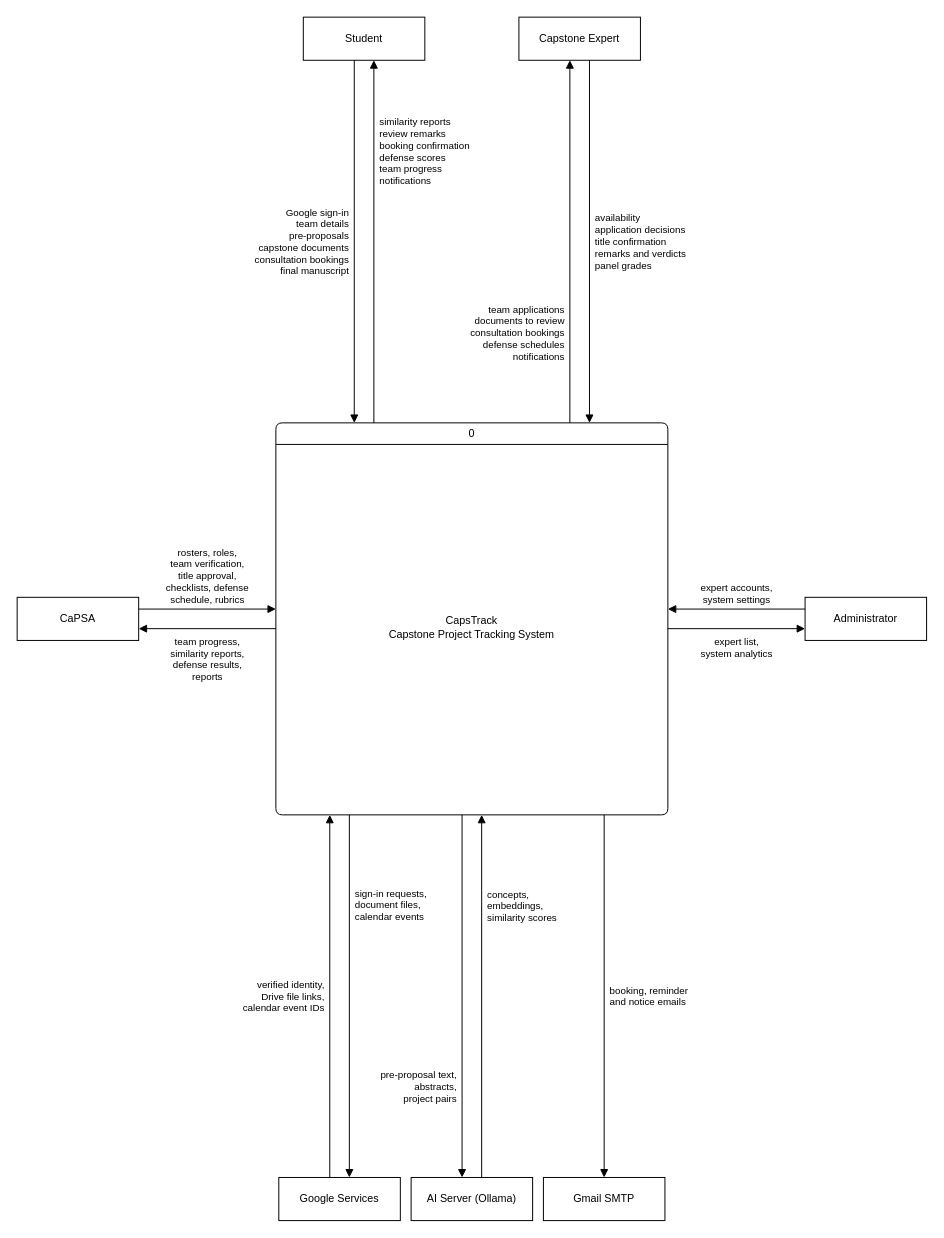
Earlier version of the draw.io diagram page "Context Diagram" (1 of 15) of docs/diagrams/capstrack-diagrams-all.drawio (M21thony/capstrack). Source tidied: cells renumbered, new cells numbered last; positions are measured from the earlier drawing's top-left corner, leaving out a move shared by most shapes. Both pictures are drawn from the tidied source at 98%, with x=0, y=0 at pixel (17, 17).
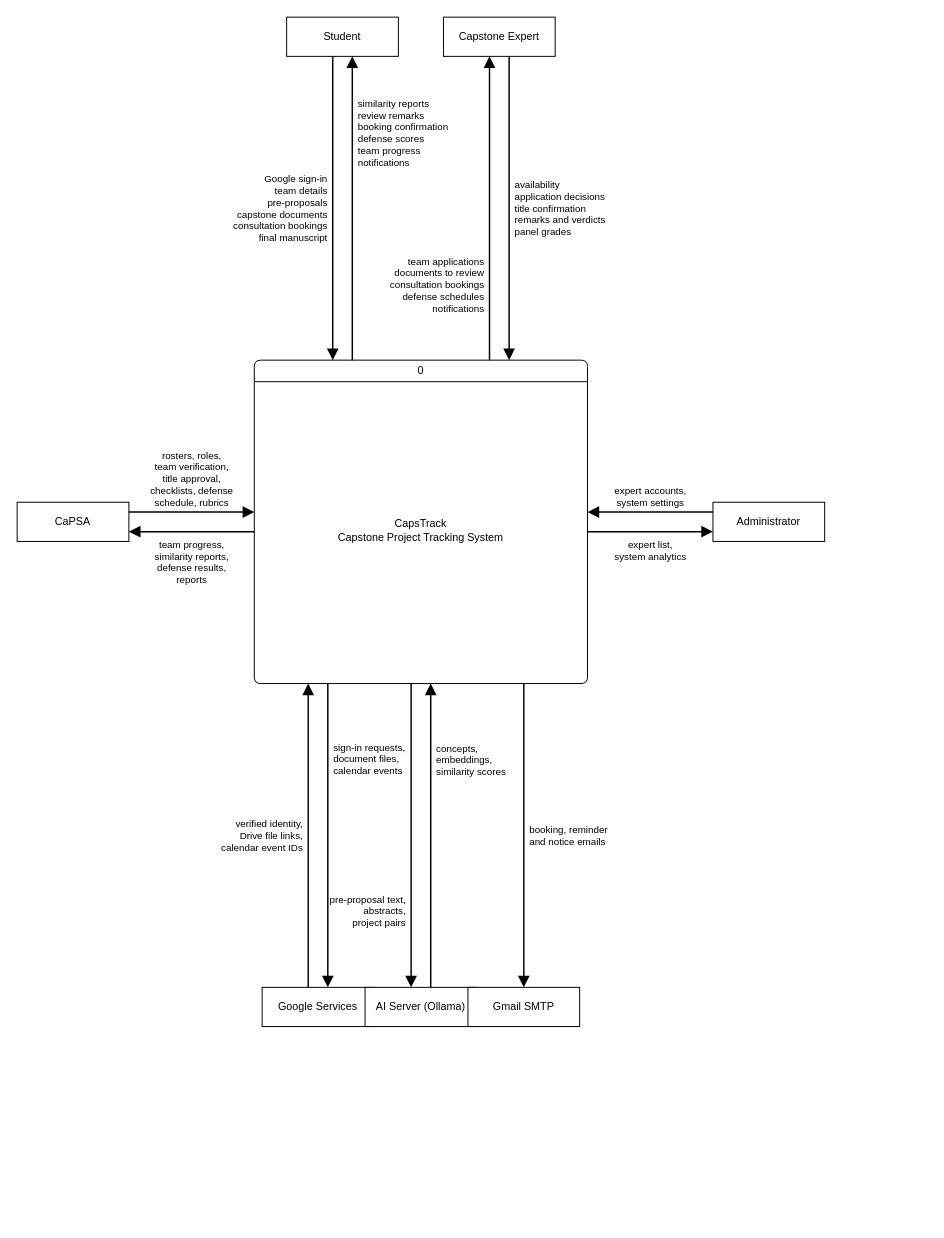
The same page after the edit.

The edit, as a diff of the source:
```diff
@@
     <mxCell id="2" value="0" style="swimlane;shape=swimlane;rounded=1;arcSize=10;startSize=22;html=1;whiteSpace=wrap;fillColor=#ffffff;swimlaneFillColor=#ffffff;fontStyle=0;fontSize=11;strokeColor=#000000;fontFamily=Helvetica;fontColor=#000000;" parent="1" vertex="1">
-      <mxGeometry x="264" y="414" width="400" height="400" as="geometry" />
+      <mxGeometry x="242" y="350" width="340" height="330" as="geometry" />
     </mxCell>
     <mxCell id="3" value="CapsTrack&lt;br&gt;Capstone Project Tracking System" style="text;html=1;strokeColor=none;fillColor=none;align=center;verticalAlign=middle;whiteSpace=wrap;fontSize=11;fontFamily=Helvetica;fontColor=#000000;" parent="2" vertex="1">
-      <mxGeometry x="6" y="22" width="388" height="374" as="geometry" />
+      <mxGeometry x="6" y="22" width="328" height="304" as="geometry" />
     </mxCell>
     <mxCell id="4" value="Student" style="rounded=0;whiteSpace=wrap;html=1;fillColor=#ffffff;fontSize=11;strokeColor=#000000;fontFamily=Helvetica;fontColor=#000000;" parent="1" vertex="1">
-      <mxGeometry x="292" width="124" height="44" as="geometry" />
+      <mxGeometry x="275" width="114" height="40" as="geometry" />
     </mxCell>
-    <mxCell id="5" value="Google sign-in&lt;br&gt;team details&lt;br&gt;pre-proposals&lt;br&gt;capstone documents&lt;br&gt;consultation bookings&lt;br&gt;final manuscript" style="edgeStyle=orthogonalEdgeStyle;rounded=0;html=1;endArrow=block;endFill=1;endSize=6;startArrow=none;strokeColor=#000000;fontFamily=Helvetica;fontColor=#000000;fontSize=10;labelBackgroundColor=#ffffff;align=right;exitX=0.419355;exitY=1;exitDx=0;exitDy=0;entryX=0.2;entryY=0;entryDx=0;entryDy=0;" parent="1" edge="1" source="4" target="2">
+    <mxCell id="5" value="Google sign-in&lt;br&gt;team details&lt;br&gt;pre-proposals&lt;br&gt;capstone documents&lt;br&gt;consultation bookings&lt;br&gt;final manuscript" style="edgeStyle=orthogonalEdgeStyle;rounded=0;html=1;endArrow=block;endFill=1;endSize=8;strokeWidth=1.5;startArrow=none;strokeColor=#000000;fontFamily=Helvetica;fontColor=#000000;fontSize=10;labelBackgroundColor=#ffffff;align=right;exitX=0.412281;exitY=1;exitDx=0;exitDy=0;entryX=0.235294;entryY=0;entryDx=0;entryDy=0;" parent="1" edge="1" source="4" target="2">
       <mxGeometry relative="1" as="geometry">
         <mxPoint x="-4" as="offset" />
       </mxGeometry>
     </mxCell>
-    <mxCell id="6" value="similarity reports&lt;br&gt;review remarks&lt;br&gt;booking confirmation&lt;br&gt;defense scores&lt;br&gt;team progress&lt;br&gt;notifications" style="edgeStyle=orthogonalEdgeStyle;rounded=0;html=1;endArrow=block;endFill=1;endSize=6;startArrow=none;strokeColor=#000000;fontFamily=Helvetica;fontColor=#000000;fontSize=10;labelBackgroundColor=#ffffff;align=left;exitX=0.25;exitY=0;exitDx=0;exitDy=0;entryX=0.580645;entryY=1;entryDx=0;entryDy=0;" parent="1" edge="1" source="2" target="4">
+    <mxCell id="6" value="similarity reports&lt;br&gt;review remarks&lt;br&gt;booking confirmation&lt;br&gt;defense scores&lt;br&gt;team progress&lt;br&gt;notifications" style="edgeStyle=orthogonalEdgeStyle;rounded=0;html=1;endArrow=block;endFill=1;endSize=8;strokeWidth=1.5;startArrow=none;strokeColor=#000000;fontFamily=Helvetica;fontColor=#000000;fontSize=10;labelBackgroundColor=#ffffff;align=left;exitX=0.294118;exitY=0;exitDx=0;exitDy=0;entryX=0.587719;entryY=1;entryDx=0;entryDy=0;" parent="1" edge="1" source="2" target="4">
       <mxGeometry relative="1" as="geometry">
-        <mxPoint x="4" y="-92.5" as="offset" />
+        <mxPoint x="4" y="-77.5" as="offset" />
       </mxGeometry>
     </mxCell>
     <mxCell id="7" value="Capstone Expert" style="rounded=0;whiteSpace=wrap;html=1;fillColor=#ffffff;fontSize=11;strokeColor=#000000;fontFamily=Helvetica;fontColor=#000000;" parent="1" vertex="1">
-      <mxGeometry x="512" width="124" height="44" as="geometry" />
+      <mxGeometry x="435" width="114" height="40" as="geometry" />
     </mxCell>
-    <mxCell id="8" value="availability&lt;br&gt;application decisions&lt;br&gt;title confirmation&lt;br&gt;remarks and verdicts&lt;br&gt;panel grades" style="edgeStyle=orthogonalEdgeStyle;rounded=0;html=1;endArrow=block;endFill=1;endSize=6;startArrow=none;strokeColor=#000000;fontFamily=Helvetica;fontColor=#000000;fontSize=10;labelBackgroundColor=#ffffff;align=left;exitX=0.580645;exitY=1;exitDx=0;exitDy=0;entryX=0.8;entryY=0;entryDx=0;entryDy=0;" parent="1" edge="1" source="7" target="2">
+    <mxCell id="8" value="availability&lt;br&gt;application decisions&lt;br&gt;title confirmation&lt;br&gt;remarks and verdicts&lt;br&gt;panel grades" style="edgeStyle=orthogonalEdgeStyle;rounded=0;html=1;endArrow=block;endFill=1;endSize=8;strokeWidth=1.5;startArrow=none;strokeColor=#000000;fontFamily=Helvetica;fontColor=#000000;fontSize=10;labelBackgroundColor=#ffffff;align=left;exitX=0.587719;exitY=1;exitDx=0;exitDy=0;entryX=0.764706;entryY=0;entryDx=0;entryDy=0;" parent="1" edge="1" source="7" target="2">
       <mxGeometry relative="1" as="geometry">
         <mxPoint x="4" as="offset" />
       </mxGeometry>
     </mxCell>
-    <mxCell id="9" value="team applications&lt;br&gt;documents to review&lt;br&gt;consultation bookings&lt;br&gt;defense schedules&lt;br&gt;notifications" style="edgeStyle=orthogonalEdgeStyle;rounded=0;html=1;endArrow=block;endFill=1;endSize=6;startArrow=none;strokeColor=#000000;fontFamily=Helvetica;fontColor=#000000;fontSize=10;labelBackgroundColor=#ffffff;align=right;exitX=0.75;exitY=0;exitDx=0;exitDy=0;entryX=0.419355;entryY=1;entryDx=0;entryDy=0;" parent="1" edge="1" source="2" target="7">
+    <mxCell id="9" value="team applications&lt;br&gt;documents to review&lt;br&gt;consultation bookings&lt;br&gt;defense schedules&lt;br&gt;notifications" style="edgeStyle=orthogonalEdgeStyle;rounded=0;html=1;endArrow=block;endFill=1;endSize=8;strokeWidth=1.5;startArrow=none;strokeColor=#000000;fontFamily=Helvetica;fontColor=#000000;fontSize=10;labelBackgroundColor=#ffffff;align=right;exitX=0.705882;exitY=0;exitDx=0;exitDy=0;entryX=0.412281;entryY=1;entryDx=0;entryDy=0;" parent="1" edge="1" source="2" target="7">
       <mxGeometry relative="1" as="geometry">
-        <mxPoint x="-4" y="92.5" as="offset" />
+        <mxPoint x="-4" y="77.5" as="offset" />
       </mxGeometry>
     </mxCell>
     <mxCell id="10" value="Google Services" style="rounded=0;whiteSpace=wrap;html=1;fillColor=#ffffff;fontSize=11;strokeColor=#000000;fontFamily=Helvetica;fontColor=#000000;" parent="1" vertex="1">
-      <mxGeometry x="267" y="1184" width="124" height="44" as="geometry" />
+      <mxGeometry x="250" y="990" width="114" height="40" as="geometry" />
     </mxCell>
-    <mxCell id="11" value="verified identity,&lt;br&gt;Drive file links,&lt;br&gt;calendar event IDs" style="edgeStyle=orthogonalEdgeStyle;rounded=0;html=1;endArrow=block;endFill=1;endSize=6;startArrow=none;strokeColor=#000000;fontFamily=Helvetica;fontColor=#000000;fontSize=10;labelBackgroundColor=#ffffff;align=right;exitX=0.419355;exitY=0;exitDx=0;exitDy=0;entryX=0.1375;entryY=1;entryDx=0;entryDy=0;" parent="1" edge="1" source="10" target="2">
+    <mxCell id="11" value="verified identity,&lt;br&gt;Drive file links,&lt;br&gt;calendar event IDs" style="edgeStyle=orthogonalEdgeStyle;rounded=0;html=1;endArrow=block;endFill=1;endSize=8;strokeWidth=1.5;startArrow=none;strokeColor=#000000;fontFamily=Helvetica;fontColor=#000000;fontSize=10;labelBackgroundColor=#ffffff;align=right;exitX=0.412281;exitY=0;exitDx=0;exitDy=0;entryX=0.161765;entryY=1;entryDx=0;entryDy=0;" parent="1" edge="1" source="10" target="2">
       <mxGeometry relative="1" as="geometry">
         <mxPoint x="-4" as="offset" />
       </mxGeometry>
     </mxCell>
-    <mxCell id="12" value="sign-in requests,&lt;br&gt;document files,&lt;br&gt;calendar events" style="edgeStyle=orthogonalEdgeStyle;rounded=0;html=1;endArrow=block;endFill=1;endSize=6;startArrow=none;strokeColor=#000000;fontFamily=Helvetica;fontColor=#000000;fontSize=10;labelBackgroundColor=#ffffff;align=left;exitX=0.1875;exitY=1;exitDx=0;exitDy=0;entryX=0.580645;entryY=0;entryDx=0;entryDy=0;" parent="1" edge="1" source="2" target="10">
+    <mxCell id="12" value="sign-in requests,&lt;br&gt;document files,&lt;br&gt;calendar events" style="edgeStyle=orthogonalEdgeStyle;rounded=0;html=1;endArrow=block;endFill=1;endSize=8;strokeWidth=1.5;startArrow=none;strokeColor=#000000;fontFamily=Helvetica;fontColor=#000000;fontSize=10;labelBackgroundColor=#ffffff;align=left;exitX=0.220588;exitY=1;exitDx=0;exitDy=0;entryX=0.587719;entryY=0;entryDx=0;entryDy=0;" parent="1" edge="1" source="2" target="10">
       <mxGeometry relative="1" as="geometry">
-        <mxPoint x="4" y="-92.5" as="offset" />
+        <mxPoint x="4" y="-77.5" as="offset" />
       </mxGeometry>
     </mxCell>
     <mxCell id="13" value="AI Server (Ollama)" style="rounded=0;whiteSpace=wrap;html=1;fillColor=#ffffff;fontSize=11;strokeColor=#000000;fontFamily=Helvetica;fontColor=#000000;" parent="1" vertex="1">
-      <mxGeometry x="402" y="1184" width="124" height="44" as="geometry" />
+      <mxGeometry x="355" y="990" width="114" height="40" as="geometry" />
     </mxCell>
-    <mxCell id="14" value="concepts,&lt;br&gt;embeddings,&lt;br&gt;similarity scores" style="edgeStyle=orthogonalEdgeStyle;rounded=0;html=1;endArrow=block;endFill=1;endSize=6;startArrow=none;strokeColor=#000000;fontFamily=Helvetica;fontColor=#000000;fontSize=10;labelBackgroundColor=#ffffff;align=left;exitX=0.580645;exitY=0;exitDx=0;exitDy=0;entryX=0.525;entryY=1;entryDx=0;entryDy=0;" parent="1" edge="1" source="13" target="2">
+    <mxCell id="14" value="concepts,&lt;br&gt;embeddings,&lt;br&gt;similarity scores" style="edgeStyle=orthogonalEdgeStyle;rounded=0;html=1;endArrow=block;endFill=1;endSize=8;strokeWidth=1.5;startArrow=none;strokeColor=#000000;fontFamily=Helvetica;fontColor=#000000;fontSize=10;labelBackgroundColor=#ffffff;align=left;exitX=0.587719;exitY=0;exitDx=0;exitDy=0;entryX=0.529412;entryY=1;entryDx=0;entryDy=0;" parent="1" edge="1" source="13" target="2">
       <mxGeometry relative="1" as="geometry">
-        <mxPoint x="4" y="-92.5" as="offset" />
+        <mxPoint x="4" y="-77.5" as="offset" />
       </mxGeometry>
     </mxCell>
-    <mxCell id="15" value="pre-proposal text,&lt;br&gt;abstracts,&lt;br&gt;project pairs" style="edgeStyle=orthogonalEdgeStyle;rounded=0;html=1;endArrow=block;endFill=1;endSize=6;startArrow=none;strokeColor=#000000;fontFamily=Helvetica;fontColor=#000000;fontSize=10;labelBackgroundColor=#ffffff;align=right;exitX=0.475;exitY=1;exitDx=0;exitDy=0;entryX=0.419355;entryY=0;entryDx=0;entryDy=0;" parent="1" edge="1" source="2" target="13">
+    <mxCell id="15" value="pre-proposal text,&lt;br&gt;abstracts,&lt;br&gt;project pairs" style="edgeStyle=orthogonalEdgeStyle;rounded=0;html=1;endArrow=block;endFill=1;endSize=8;strokeWidth=1.5;startArrow=none;strokeColor=#000000;fontFamily=Helvetica;fontColor=#000000;fontSize=10;labelBackgroundColor=#ffffff;align=right;exitX=0.470588;exitY=1;exitDx=0;exitDy=0;entryX=0.412281;entryY=0;entryDx=0;entryDy=0;" parent="1" edge="1" source="2" target="13">
       <mxGeometry relative="1" as="geometry">
-        <mxPoint x="-4" y="92.5" as="offset" />
+        <mxPoint x="-4" y="77.5" as="offset" />
       </mxGeometry>
     </mxCell>
     <mxCell id="16" value="Gmail SMTP" style="rounded=0;whiteSpace=wrap;html=1;fillColor=#ffffff;fontSize=11;strokeColor=#000000;fontFamily=Helvetica;fontColor=#000000;" parent="1" vertex="1">
-      <mxGeometry x="537" y="1184" width="124" height="44" as="geometry" />
+      <mxGeometry x="460" y="990" width="114" height="40" as="geometry" />
     </mxCell>
-    <mxCell id="17" value="booking, reminder&lt;br&gt;and notice emails" style="edgeStyle=orthogonalEdgeStyle;rounded=0;html=1;endArrow=block;endFill=1;endSize=6;startArrow=none;strokeColor=#000000;fontFamily=Helvetica;fontColor=#000000;fontSize=10;labelBackgroundColor=#ffffff;align=left;exitX=0.8375;exitY=1;exitDx=0;exitDy=0;entryX=0.5;entryY=0;entryDx=0;entryDy=0;" parent="1" edge="1" source="2" target="16">
+    <mxCell id="17" value="booking, reminder&lt;br&gt;and notice emails" style="edgeStyle=orthogonalEdgeStyle;rounded=0;html=1;endArrow=block;endFill=1;endSize=8;strokeWidth=1.5;startArrow=none;strokeColor=#000000;fontFamily=Helvetica;fontColor=#000000;fontSize=10;labelBackgroundColor=#ffffff;align=left;exitX=0.808824;exitY=1;exitDx=0;exitDy=0;entryX=0.5;entryY=0;entryDx=0;entryDy=0;" parent="1" edge="1" source="2" target="16">
       <mxGeometry relative="1" as="geometry">
         <mxPoint x="4" as="offset" />
       </mxGeometry>
     </mxCell>
     <mxCell id="18" value="CaPSA" style="rounded=0;whiteSpace=wrap;html=1;fillColor=#ffffff;fontSize=11;strokeColor=#000000;fontFamily=Helvetica;fontColor=#000000;" parent="1" vertex="1">
-      <mxGeometry y="592" width="124" height="44" as="geometry" />
+      <mxGeometry y="495" width="114" height="40" as="geometry" />
     </mxCell>
-    <mxCell id="19" value="rosters, roles,&lt;br&gt;team verification,&lt;br&gt;title approval,&lt;br&gt;checklists, defense&lt;br&gt;schedule, rubrics" style="edgeStyle=orthogonalEdgeStyle;rounded=0;html=1;endArrow=block;endFill=1;endSize=6;startArrow=none;strokeColor=#000000;fontFamily=Helvetica;fontColor=#000000;fontSize=10;labelBackgroundColor=#ffffff;verticalAlign=bottom;exitX=1;exitY=0.272727;exitDx=0;exitDy=0;entryX=0;entryY=0.475;entryDx=0;entryDy=0;" parent="1" edge="1" source="18" target="2">
+    <mxCell id="19" value="rosters, roles,&lt;br&gt;team verification,&lt;br&gt;title approval,&lt;br&gt;checklists, defense&lt;br&gt;schedule, rubrics" style="edgeStyle=orthogonalEdgeStyle;rounded=0;html=1;endArrow=block;endFill=1;endSize=8;strokeWidth=1.5;startArrow=none;strokeColor=#000000;fontFamily=Helvetica;fontColor=#000000;fontSize=10;labelBackgroundColor=#ffffff;verticalAlign=bottom;exitX=1;exitY=0.25;exitDx=0;exitDy=0;entryX=0;entryY=0.469697;entryDx=0;entryDy=0;" parent="1" edge="1" source="18" target="2">
       <mxGeometry relative="1" as="geometry">
         <mxPoint y="-1" as="offset" />
       </mxGeometry>
     </mxCell>
-    <mxCell id="20" value="team progress,&lt;br&gt;similarity reports,&lt;br&gt;defense results,&lt;br&gt;reports" style="edgeStyle=orthogonalEdgeStyle;rounded=0;html=1;endArrow=block;endFill=1;endSize=6;startArrow=none;strokeColor=#000000;fontFamily=Helvetica;fontColor=#000000;fontSize=10;labelBackgroundColor=#ffffff;verticalAlign=top;exitX=0;exitY=0.525;exitDx=0;exitDy=0;entryX=1;entryY=0.727273;entryDx=0;entryDy=0;" parent="1" edge="1" source="2" target="18">
+    <mxCell id="20" value="team progress,&lt;br&gt;similarity reports,&lt;br&gt;defense results,&lt;br&gt;reports" style="edgeStyle=orthogonalEdgeStyle;rounded=0;html=1;endArrow=block;endFill=1;endSize=8;strokeWidth=1.5;startArrow=none;strokeColor=#000000;fontFamily=Helvetica;fontColor=#000000;fontSize=10;labelBackgroundColor=#ffffff;verticalAlign=top;exitX=0;exitY=0.530303;exitDx=0;exitDy=0;entryX=1;entryY=0.75;entryDx=0;entryDy=0;" parent="1" edge="1" source="2" target="18">
       <mxGeometry relative="1" as="geometry">
         <mxPoint y="1" as="offset" />
       </mxGeometry>
     </mxCell>
     <mxCell id="21" value="Administrator" style="rounded=0;whiteSpace=wrap;html=1;fillColor=#ffffff;fontSize=11;strokeColor=#000000;fontFamily=Helvetica;fontColor=#000000;" parent="1" vertex="1">
-      <mxGeometry x="804" y="592" width="124" height="44" as="geometry" />
+      <mxGeometry x="710" y="495" width="114" height="40" as="geometry" />
     </mxCell>
-    <mxCell id="22" value="expert accounts,&lt;br&gt;system settings" style="edgeStyle=orthogonalEdgeStyle;rounded=0;html=1;endArrow=block;endFill=1;endSize=6;startArrow=none;strokeColor=#000000;fontFamily=Helvetica;fontColor=#000000;fontSize=10;labelBackgroundColor=#ffffff;verticalAlign=bottom;exitX=0;exitY=0.272727;exitDx=0;exitDy=0;entryX=1;entryY=0.475;entryDx=0;entryDy=0;" parent="1" edge="1" source="21" target="2">
+    <mxCell id="22" value="expert accounts,&lt;br&gt;system settings" style="edgeStyle=orthogonalEdgeStyle;rounded=0;html=1;endArrow=block;endFill=1;endSize=8;strokeWidth=1.5;startArrow=none;strokeColor=#000000;fontFamily=Helvetica;fontColor=#000000;fontSize=10;labelBackgroundColor=#ffffff;verticalAlign=bottom;exitX=0;exitY=0.25;exitDx=0;exitDy=0;entryX=1;entryY=0.469697;entryDx=0;entryDy=0;" parent="1" edge="1" source="21" target="2">
       <mxGeometry relative="1" as="geometry">
         <mxPoint y="-1" as="offset" />
       </mxGeometry>
     </mxCell>
-    <mxCell id="23" value="expert list,&lt;br&gt;system analytics" style="edgeStyle=orthogonalEdgeStyle;rounded=0;html=1;endArrow=block;endFill=1;endSize=6;startArrow=none;strokeColor=#000000;fontFamily=Helvetica;fontColor=#000000;fontSize=10;labelBackgroundColor=#ffffff;verticalAlign=top;exitX=1;exitY=0.525;exitDx=0;exitDy=0;entryX=0;entryY=0.727273;entryDx=0;entryDy=0;" parent="1" edge="1" source="2" target="21">
+    <mxCell id="23" value="expert list,&lt;br&gt;system analytics" style="edgeStyle=orthogonalEdgeStyle;rounded=0;html=1;endArrow=block;endFill=1;endSize=8;strokeWidth=1.5;startArrow=none;strokeColor=#000000;fontFamily=Helvetica;fontColor=#000000;fontSize=10;labelBackgroundColor=#ffffff;verticalAlign=top;exitX=1;exitY=0.530303;exitDx=0;exitDy=0;entryX=0;entryY=0.75;entryDx=0;entryDy=0;" parent="1" edge="1" source="2" target="21">
       <mxGeometry relative="1" as="geometry">
         <mxPoint y="1" as="offset" />
       </mxGeometry>
     </mxCell>
```
